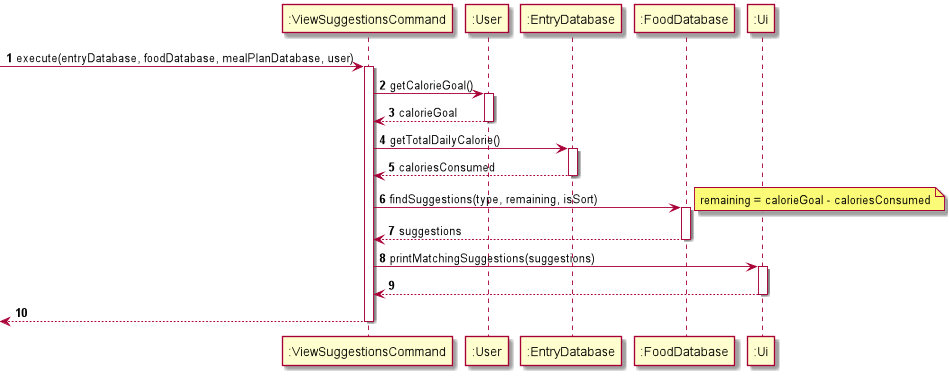
Before: docs/diagrams/SuggestCommandSequence.png, a diagram exported from PlantUML (praj-bellakka/tp).
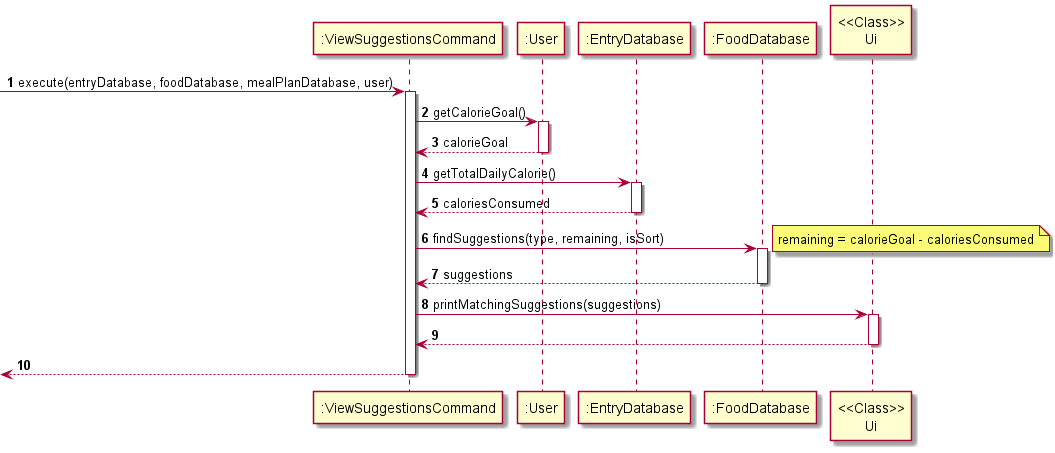
After the commit.

Diff of the diagram source:
```diff
@@ -20,8 +20,8 @@
 activate ":FoodDatabase"
 return suggestions
 
-":ViewSuggestionsCommand" -> ":Ui" : printMatchingSuggestions(suggestions)
-activate ":Ui"
+":ViewSuggestionsCommand" -> "<<Class>>\nUi" : printMatchingSuggestions(suggestions)
+activate "<<Class>>\nUi"
 return
 
 return
```
